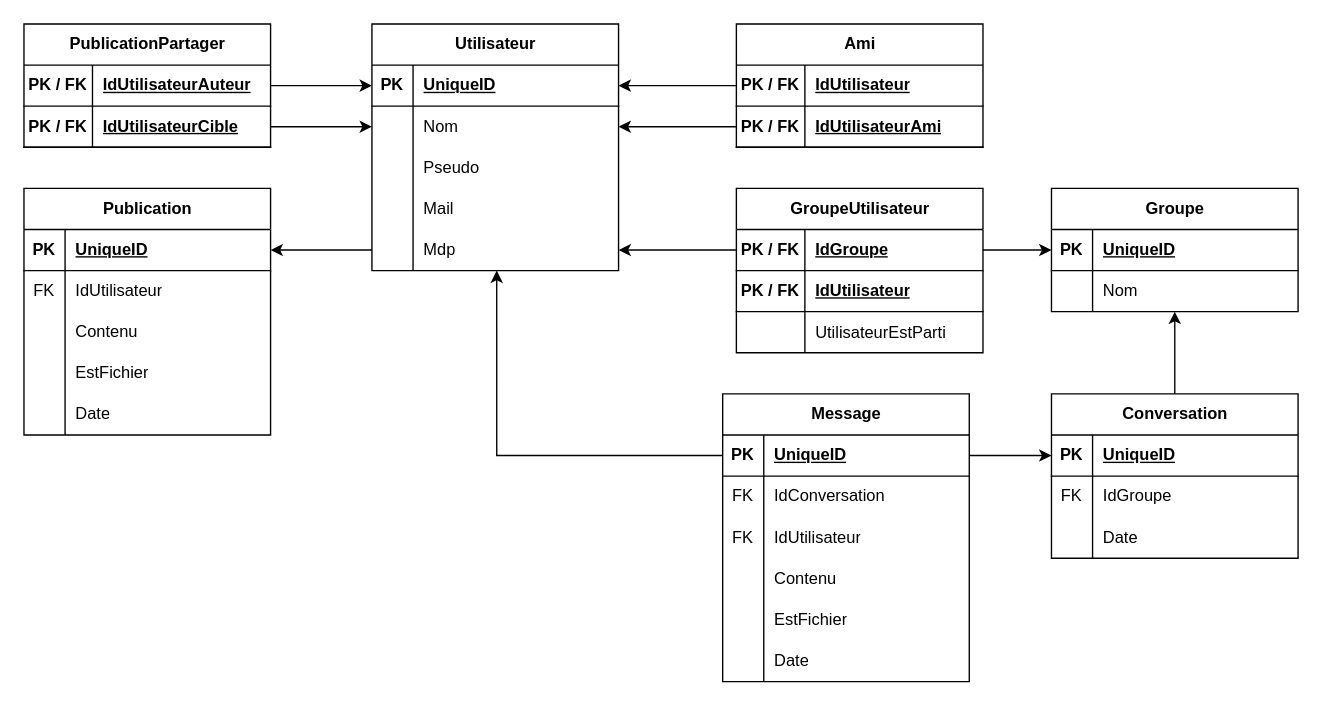
Above: bddCloud.drawio in CelienFiorelli/skipe (draw.io), before the change. Source tidied: cells renumbered, new cells numbered last; positions are measured from the earlier drawing's top-left corner, leaving out a move shared by most shapes. Both pictures are drawn from the tidied source at 137%, with x=0, y=0 at pixel (23, 23).
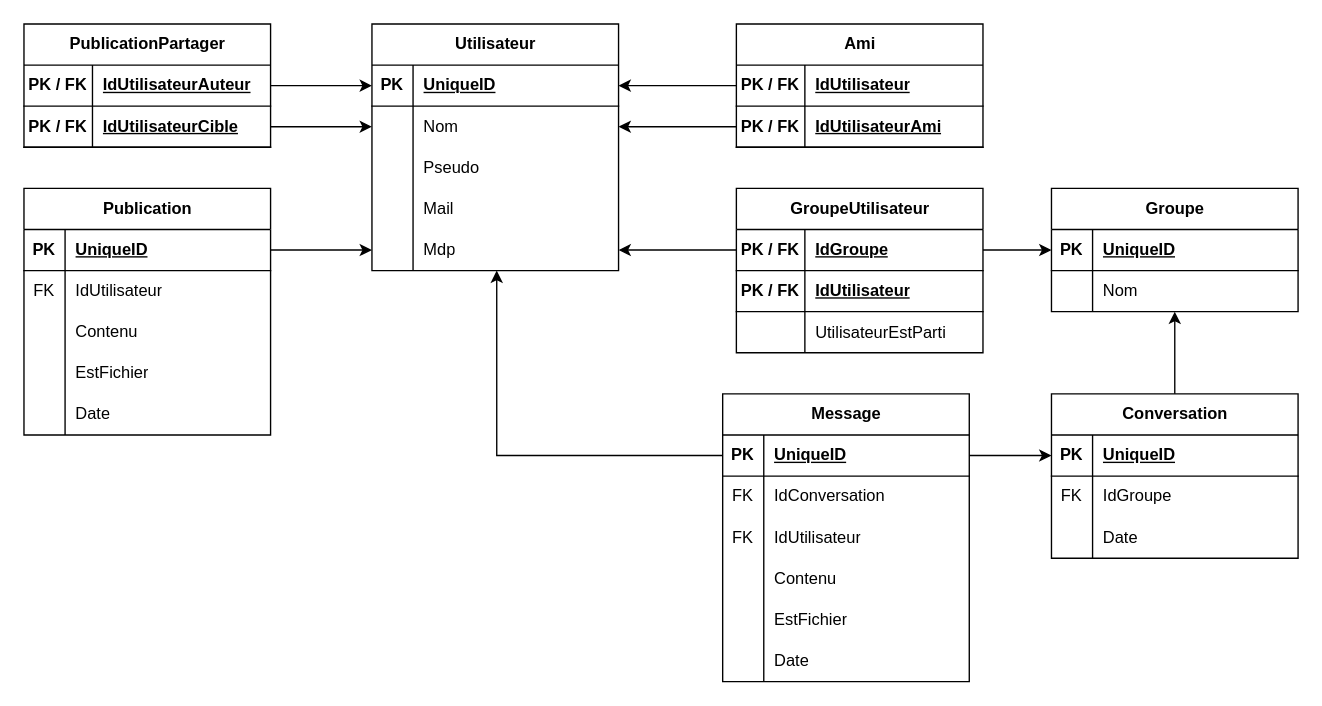
Above is the later version.

Unchanged cells that the change refers to:
```xml
<mxCell id="15" style="shape=tableRow;horizontal=0;startSize=0;swimlaneHead=0;swimlaneBody=0;fillColor=none;points=[[0,0.5],[1,0.5]];portConstraint=eastwest;top=0;left=0;right=0;bottom=0;" parent="2" vertex="1">
  <mxGeometry y="150" width="180" height="30" as="geometry" />
</mxCell>
<mxCell id="47" style="shape=tableRow;horizontal=0;startSize=0;swimlaneHead=0;swimlaneBody=0;fillColor=none;points=[[0,0.5],[1,0.5]];portConstraint=eastwest;top=0;left=0;right=0;bottom=1;" parent="46" vertex="1">
  <mxGeometry y="30" width="180" height="30" as="geometry" />
</mxCell>
```

The edit, as a diff of the source:
```diff
@@
-    <mxCell id="101" style="edgeStyle=orthogonalEdgeStyle;rounded=0;jettySize=auto;html=1;exitX=0;exitY=0.5;exitDx=0;exitDy=0;" parent="1" edge="1" source="15" target="47">
-      <mxGeometry relative="1" as="geometry" />
-    </mxCell>
@@
+    <mxCell id="104" style="edgeStyle=orthogonalEdgeStyle;rounded=0;jettySize=auto;html=1;exitX=1;exitY=0.5;exitDx=0;exitDy=0;entryX=0;entryY=0.5;entryDx=0;entryDy=0;" parent="1" edge="1" source="47" target="15">
+      <mxGeometry relative="1" as="geometry" />
+    </mxCell>
```
